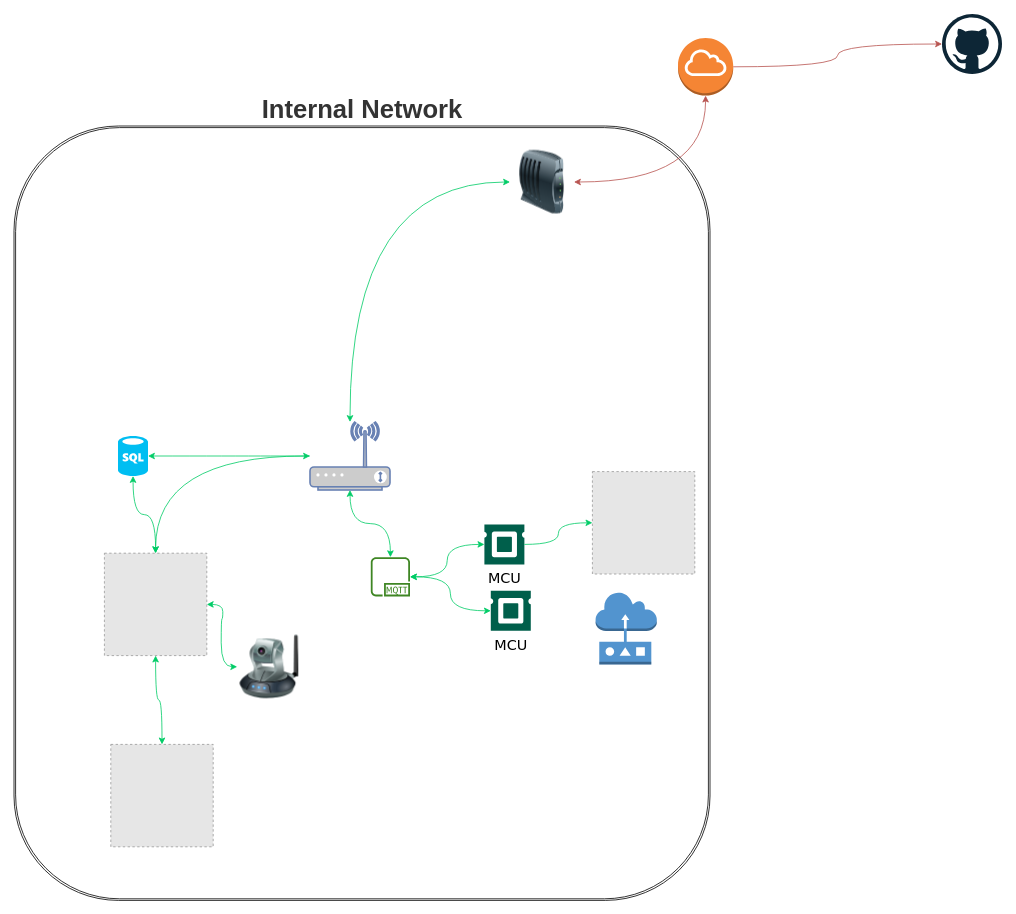
Before: README.assets/FlowChart.drawio in umsSubProject/IoT, a draw.io diagram. Source tidied: cells renumbered, new cells numbered last; positions are measured from the earlier drawing's top-left corner, leaving out a move shared by most shapes. Both pictures are drawn from the tidied source at 80%, with x=0, y=0 at pixel (14, 14). Pictures stored in the file or linked from it are replaced by grey dashed boxes.
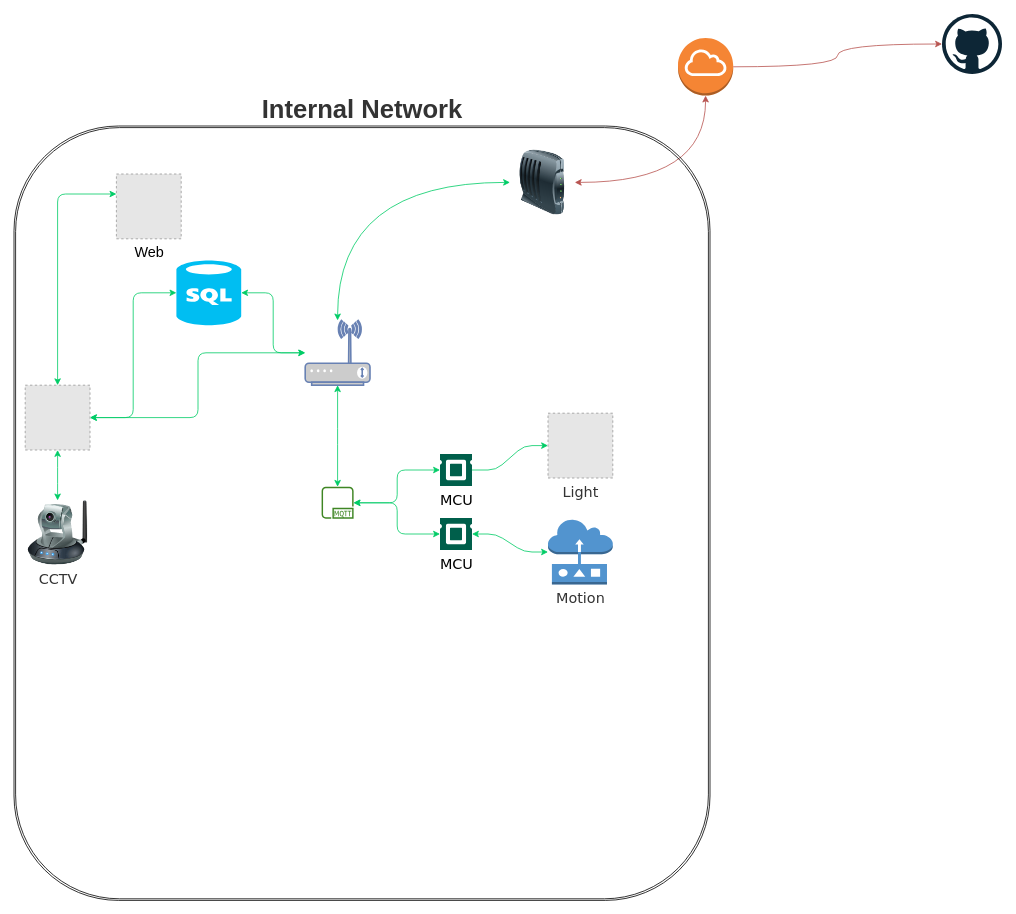
Above is the later version.

Commit message:
update internal flow

What changed in the source:
```diff
@@
-    <mxCell id="2" value="Internal Network" style="shape=ext;double=1;rounded=1;gradientDirection=radial;shadow=0;glass=0;fillColor=none;verticalAlign=bottom;fontSize=32;fontStyle=1;horizontal=1;labelPosition=center;verticalLabelPosition=top;align=center;labelBackgroundColor=none;labelBorderColor=none;html=1;spacingTop=0;fontColor=#333333;" parent="1" vertex="1">
-      <mxGeometry y="140" width="870" height="968" as="geometry" />
-    </mxCell>
+    <mxCell id="14" value="Web" style="fillColor=#E6E6E6;strokeColor=#999999;dashed=1;html=1;verticalAlign=top;verticalLabelPosition=bottom;labelBackgroundColor=none;fontSize=18;" parent="1" vertex="1">
+      <mxGeometry x="128" y="200" width="81" height="81" as="geometry" />
+    </mxCell>
-    <mxCell id="3" style="edgeStyle=orthogonalEdgeStyle;rounded=1;jettySize=auto;html=1;curved=1;startArrow=classic;startFill=1;strokeColor=#00CC66;" parent="1" edge="1" source="5" target="12">
+    <mxCell id="3" style="edgeStyle=elbowEdgeStyle;rounded=1;jettySize=auto;html=1;startArrow=classic;startFill=1;strokeColor=#00CC66;" parent="1" edge="1" source="5" target="12">
       <mxGeometry relative="1" as="geometry" />
     </mxCell>
-    <mxCell id="4" style="edgeStyle=orthogonalEdgeStyle;curved=1;rounded=1;jettySize=auto;html=1;fontSize=18;startArrow=none;startFill=0;strokeColor=#00CC66;elbow=vertical;" parent="1" edge="1" source="5" target="15">
-      <mxGeometry relative="1" as="geometry" />
-    </mxCell>
     <mxCell id="5" style="fontColor=#0066CC;verticalAlign=top;verticalLabelPosition=bottom;labelPosition=center;align=center;html=1;outlineConnect=0;fillColor=#CCCCCC;strokeColor=#6881B3;gradientColor=none;gradientDirection=north;strokeWidth=2;shape=mxgraph.networks.wireless_modem;rounded=1;" parent="1" vertex="1">
-      <mxGeometry x="370" y="510" width="100" height="85" as="geometry" />
+      <mxGeometry x="364" y="383" width="81" height="81" as="geometry" />
     </mxCell>
-    <mxCell id="6" style="edgeStyle=orthogonalEdgeStyle;rounded=1;jettySize=auto;html=1;elbow=vertical;fillColor=#f8cecc;strokeColor=#b85450;curved=1;startArrow=classic;startFill=1;" parent="1" edge="1" source="8" target="10">
-      <mxGeometry relative="1" as="geometry" />
-    </mxCell>
-    <mxCell id="7" style="edgeStyle=orthogonalEdgeStyle;rounded=1;jettySize=auto;html=1;curved=1;startArrow=classic;startFill=1;strokeColor=#00CC66;" parent="1" edge="1" source="8" target="5">
-      <mxGeometry relative="1" as="geometry" />
-    </mxCell>
-    <mxCell id="8" style="image;html=1;image=img/lib/clip_art/networking/Modem_128x128.png;rounded=1;" parent="1" vertex="1">
-      <mxGeometry x="620" y="170" width="80" height="80" as="geometry" />
-    </mxCell>
-    <mxCell id="9" style="edgeStyle=orthogonalEdgeStyle;curved=1;rounded=1;jettySize=auto;html=1;fontSize=11;startArrow=none;startFill=0;elbow=vertical;strokeColor=#b85450;fillColor=#f8cecc;" parent="1" edge="1" source="10" target="16">
-      <mxGeometry relative="1" as="geometry" />
-    </mxCell>
-    <mxCell id="10" style="outlineConnect=0;dashed=0;verticalLabelPosition=bottom;verticalAlign=top;align=center;html=1;shape=mxgraph.aws3.internet_gateway;fillColor=#F58534;gradientColor=none;rounded=1;" parent="1" vertex="1">
-      <mxGeometry x="830" y="30" width="69" height="72" as="geometry" />
-    </mxCell>
-    <mxCell id="11" style="edgeStyle=orthogonalEdgeStyle;rounded=1;jettySize=auto;html=1;fontFamily=Verdana;fontSize=32;fontColor=#333333;startArrow=classic;startFill=1;endArrow=classic;endFill=1;strokeColor=#00CC66;elbow=vertical;curved=1;" parent="1" edge="1" source="12" target="15">
-      <mxGeometry relative="1" as="geometry" />
-    </mxCell>
     <mxCell id="12" style="fillColor=#E6E6E6;strokeColor=#999999;dashed=1;html=1;verticalAlign=top;verticalLabelPosition=bottom;labelBackgroundColor=#ffffff;" parent="1" vertex="1">
-      <mxGeometry x="113" y="674" width="128" height="128" as="geometry" />
+      <mxGeometry x="14" y="464" width="81" height="81" as="geometry" />
     </mxCell>
-    <mxCell id="13" style="edgeStyle=orthogonalEdgeStyle;curved=1;rounded=1;jettySize=auto;html=1;fontSize=18;startArrow=classic;startFill=1;strokeColor=#00CC66;elbow=vertical;" parent="1" edge="1" source="14" target="12">
-      <mxGeometry relative="1" as="geometry" />
+    <mxCell id="13" style="edgeStyle=elbowEdgeStyle;rounded=1;jettySize=auto;html=1;fontSize=18;startArrow=classic;startFill=1;strokeColor=#00CC66;elbow=vertical;" parent="1" edge="1" source="14" target="12">
+      <mxGeometry relative="1" as="geometry">
+        <Array as="points">
+          <mxPoint x="118" y="225" />
+        </Array>
+      </mxGeometry>
     </mxCell>
-    <mxCell id="14" style="fillColor=#E6E6E6;strokeColor=#999999;dashed=1;html=1;verticalAlign=top;verticalLabelPosition=bottom;labelBackgroundColor=#ffffff;fontSize=18;" parent="1" vertex="1">
-      <mxGeometry x="121" y="913" width="128" height="128" as="geometry" />
-    </mxCell>
+    <mxCell id="28" style="edgeStyle=elbowEdgeStyle;rounded=1;jettySize=auto;html=1;fontFamily=Verdana;fontSize=18;fontColor=#333333;startArrow=classic;startFill=1;endArrow=classic;endFill=1;strokeColor=#00CC66;" parent="1" edge="1" source="15" target="12">
+      <mxGeometry relative="1" as="geometry" />
+    </mxCell>
+    <mxCell id="29" style="edgeStyle=elbowEdgeStyle;rounded=1;jettySize=auto;html=1;fontFamily=Verdana;fontSize=18;fontColor=#333333;startArrow=classic;startFill=1;endArrow=classic;endFill=1;strokeColor=#00CC66;" parent="1" edge="1" source="15" target="5">
+      <mxGeometry relative="1" as="geometry" />
+    </mxCell>
     <mxCell id="15" style="verticalLabelPosition=bottom;html=1;verticalAlign=top;align=center;strokeColor=none;fillColor=#00BEF2;shape=mxgraph.azure.sql_database;shadow=0;glass=0;labelBackgroundColor=none;labelBorderColor=default;fontSize=18;rounded=1;" parent="1" vertex="1">
-      <mxGeometry x="130" y="527.5" width="37.5" height="50" as="geometry" />
+      <mxGeometry x="203" y="308" width="81" height="81" as="geometry" />
     </mxCell>
-    <mxCell id="16" style="dashed=0;outlineConnect=0;html=1;align=center;labelPosition=center;verticalLabelPosition=bottom;verticalAlign=top;shape=mxgraph.weblogos.github;shadow=0;glass=0;labelBackgroundColor=none;labelBorderColor=default;fontSize=18;strokeWidth=1;fillColor=none;gradientColor=#00FFFF;gradientDirection=radial;rounded=1;" parent="1" vertex="1">
-      <mxGeometry x="1160" width="75" height="75" as="geometry" />
-    </mxCell>
-    <mxCell id="17" style="edgeStyle=orthogonalEdgeStyle;curved=1;rounded=1;jettySize=auto;html=1;fontFamily=Verdana;fontSize=32;fontColor=#333333;startArrow=classic;startFill=1;endArrow=classic;endFill=1;strokeColor=#00CC66;elbow=vertical;" parent="1" edge="1" source="18" target="27">
+    <mxCell id="17" style="edgeStyle=elbowEdgeStyle;rounded=1;jettySize=auto;html=1;fontFamily=Verdana;fontSize=32;fontColor=#333333;startArrow=classic;startFill=1;endArrow=classic;endFill=1;strokeColor=#00CC66;" parent="1" edge="1" source="18" target="27">
       <mxGeometry relative="1" as="geometry" />
     </mxCell>
-    <mxCell id="18" value="MCU" style="shadow=0;dashed=0;html=1;strokeColor=none;fillColor=#005F4B;labelPosition=center;verticalLabelPosition=bottom;verticalAlign=top;align=center;outlineConnect=0;shape=mxgraph.veeam2.cpu;glass=0;labelBackgroundColor=none;labelBorderColor=none;fontSize=18;fontFamily=Verdana;rounded=1;" parent="1" vertex="1">
-      <mxGeometry x="588" y="638" width="50" height="50" as="geometry" />
+    <mxCell id="18" value="MCU" style="shadow=0;dashed=0;html=1;strokeColor=none;fillColor=#005F4B;labelPosition=center;verticalLabelPosition=bottom;verticalAlign=top;align=center;outlineConnect=0;shape=mxgraph.veeam2.cpu;glass=0;labelBackgroundColor=none;labelBorderColor=none;fontSize=18;fontFamily=Verdana;rounded=1;flipH=0;" parent="1" vertex="1">
+      <mxGeometry x="532.5" y="550" width="40" height="40" as="geometry" />
     </mxCell>
-    <mxCell id="19" style="edgeStyle=orthogonalEdgeStyle;curved=1;rounded=1;jettySize=auto;html=1;fontFamily=Verdana;fontSize=32;fontColor=#333333;startArrow=classic;startFill=1;endArrow=classic;endFill=1;strokeColor=#00CC66;elbow=vertical;" parent="1" edge="1" source="20" target="27">
+    <mxCell id="19" style="edgeStyle=elbowEdgeStyle;rounded=1;jettySize=auto;html=1;fontFamily=Verdana;fontSize=32;fontColor=#333333;startArrow=classic;startFill=1;endArrow=classic;endFill=1;strokeColor=#00CC66;" parent="1" edge="1" source="20" target="27">
       <mxGeometry relative="1" as="geometry" />
     </mxCell>
-    <mxCell id="20" value="MCU" style="shadow=0;dashed=0;html=1;strokeColor=none;fillColor=#005F4B;labelPosition=center;verticalLabelPosition=bottom;verticalAlign=top;align=center;outlineConnect=0;shape=mxgraph.veeam2.cpu;glass=0;labelBackgroundColor=none;labelBorderColor=none;fontSize=18;fontFamily=Verdana;rounded=1;" parent="1" vertex="1">
-      <mxGeometry x="596" y="721" width="50" height="50" as="geometry" />
+    <mxCell id="20" value="MCU" style="shadow=0;dashed=0;html=1;strokeColor=none;fillColor=#005F4B;labelPosition=center;verticalLabelPosition=bottom;verticalAlign=top;align=center;outlineConnect=0;shape=mxgraph.veeam2.cpu;glass=0;labelBackgroundColor=none;labelBorderColor=none;fontSize=18;fontFamily=Verdana;rounded=1;flipH=0;" parent="1" vertex="1">
+      <mxGeometry x="532.5" y="630" width="40" height="40" as="geometry" />
     </mxCell>
-    <mxCell id="21" style="edgeStyle=orthogonalEdgeStyle;curved=1;rounded=1;jettySize=auto;html=1;fontFamily=Verdana;fontSize=32;fontColor=#333333;startArrow=classic;startFill=1;strokeColor=#00CC66;elbow=vertical;endArrow=none;endFill=0;" parent="1" edge="1" source="22" target="18">
+    <mxCell id="21" style="edgeStyle=entityRelationEdgeStyle;rounded=1;jettySize=auto;html=1;fontFamily=Verdana;fontSize=32;fontColor=#333333;startArrow=classic;startFill=1;strokeColor=#00CC66;elbow=vertical;endArrow=none;endFill=0;" parent="1" edge="1" source="22" target="18">
       <mxGeometry relative="1" as="geometry" />
     </mxCell>
-    <mxCell id="22" style="fillColor=#E6E6E6;strokeColor=#999999;dashed=1;html=1;verticalAlign=top;verticalLabelPosition=bottom;labelBackgroundColor=#ffffff;fontFamily=Verdana;fontSize=32;fontColor=#333333;" parent="1" vertex="1">
-      <mxGeometry x="723" y="572" width="128" height="128" as="geometry" />
+    <mxCell id="22" value="Light" style="fillColor=#E6E6E6;strokeColor=#999999;dashed=1;html=1;verticalAlign=top;verticalLabelPosition=bottom;labelBackgroundColor=#ffffff;fontFamily=Verdana;fontSize=18;fontColor=#333333;" parent="1" vertex="1">
+      <mxGeometry x="667.5" y="499" width="81" height="81" as="geometry" />
     </mxCell>
-    <mxCell id="23" style="edgeStyle=orthogonalEdgeStyle;curved=1;rounded=1;jettySize=auto;html=1;fontFamily=Verdana;fontSize=32;fontColor=#333333;startArrow=classic;startFill=1;endArrow=classic;endFill=1;strokeColor=#00CC66;elbow=vertical;" parent="1" edge="1" source="24" target="12">
+    <mxCell id="23" style="edgeStyle=elbowEdgeStyle;rounded=1;jettySize=auto;html=1;fontFamily=Verdana;fontSize=32;fontColor=#333333;startArrow=classic;startFill=1;endArrow=classic;endFill=1;strokeColor=#00CC66;elbow=vertical;" parent="1" edge="1" source="24" target="12">
       <mxGeometry relative="1" as="geometry" />
     </mxCell>
-    <mxCell id="24" style="image;html=1;image=img/lib/clip_art/networking/Ip_Camera_128x128.png;rounded=1;shadow=0;glass=0;dashed=1;labelBackgroundColor=none;labelBorderColor=none;fontFamily=Verdana;fontSize=32;fontColor=#333333;strokeWidth=1;fillColor=none;gradientColor=#00FFFF;gradientDirection=radial;" parent="1" vertex="1">
-      <mxGeometry x="279" y="776" width="80" height="80" as="geometry" />
+    <mxCell id="24" value="CCTV" style="image;html=1;image=img/lib/clip_art/networking/Ip_Camera_128x128.png;rounded=1;shadow=0;glass=0;dashed=1;labelBackgroundColor=none;labelBorderColor=none;fontFamily=Verdana;fontSize=18;fontColor=#333333;strokeWidth=1;fillColor=none;gradientColor=#00FFFF;gradientDirection=radial;flipH=0;flipV=0;" parent="1" vertex="1">
+      <mxGeometry x="14" y="608" width="81" height="81" as="geometry" />
     </mxCell>
+    <mxCell id="30" style="edgeStyle=entityRelationEdgeStyle;rounded=1;jettySize=auto;html=1;fontFamily=Verdana;fontSize=18;fontColor=#333333;startArrow=classic;startFill=1;endArrow=classic;endFill=1;strokeColor=#00CC66;elbow=vertical;" parent="1" edge="1" source="25" target="20">
+      <mxGeometry relative="1" as="geometry" />
+    </mxCell>
-    <mxCell id="25" style="outlineConnect=0;dashed=0;verticalLabelPosition=bottom;verticalAlign=top;align=center;html=1;shape=mxgraph.aws3.sensor;fillColor=#5294CF;gradientColor=none;rounded=1;shadow=0;glass=0;labelBackgroundColor=none;labelBorderColor=none;fontFamily=Verdana;fontSize=32;fontColor=#333333;strokeWidth=1;" parent="1" vertex="1">
-      <mxGeometry x="727" y="723" width="76.5" height="90" as="geometry" />
+    <mxCell id="25" value="Motion" style="outlineConnect=0;dashed=0;verticalLabelPosition=bottom;verticalAlign=top;align=center;html=1;shape=mxgraph.aws3.sensor;fillColor=#5294CF;gradientColor=none;rounded=1;shadow=0;glass=0;labelBackgroundColor=none;labelBorderColor=none;fontFamily=Verdana;fontSize=18;fontColor=#333333;strokeWidth=1;" parent="1" vertex="1">
+      <mxGeometry x="667.5" y="632" width="81" height="81" as="geometry" />
     </mxCell>
-    <mxCell id="26" style="edgeStyle=orthogonalEdgeStyle;curved=1;rounded=1;jettySize=auto;html=1;fontFamily=Verdana;fontSize=32;fontColor=#333333;startArrow=classic;startFill=1;endArrow=classic;endFill=1;strokeColor=#00CC66;elbow=vertical;" parent="1" edge="1" source="27" target="5">
+    <mxCell id="26" style="rounded=1;jettySize=auto;html=1;fontFamily=Verdana;fontSize=32;fontColor=#333333;startArrow=classic;startFill=1;endArrow=classic;endFill=1;strokeColor=#00CC66;elbow=vertical;edgeStyle=elbowEdgeStyle;" parent="1" edge="1" source="27" target="5">
       <mxGeometry relative="1" as="geometry" />
     </mxCell>
     <mxCell id="27" style="sketch=0;outlineConnect=0;fontColor=#232F3E;gradientColor=none;fillColor=#3F8624;strokeColor=none;dashed=0;verticalLabelPosition=bottom;verticalAlign=top;align=center;html=1;fontSize=12;fontStyle=0;shape=mxgraph.aws4.mqtt_protocol;rounded=1;shadow=0;glass=0;labelBackgroundColor=none;labelBorderColor=none;fontFamily=Verdana;" parent="1" vertex="1">
-      <mxGeometry x="446" y="679" width="49" height="49" as="geometry" />
+      <mxGeometry x="384.5" y="591" width="40" height="40" as="geometry" />
     </mxCell>
+    <mxCell id="7" style="edgeStyle=orthogonalEdgeStyle;rounded=1;jettySize=auto;html=1;curved=1;startArrow=classic;startFill=1;strokeColor=#00CC66;" parent="1" edge="1" source="8" target="5">
+      <mxGeometry relative="1" as="geometry" />
+    </mxCell>
+    <mxCell id="8" style="image;html=1;image=img/lib/clip_art/networking/Modem_128x128.png;rounded=1;" parent="1" vertex="1">
+      <mxGeometry x="620" y="170" width="81" height="81" as="geometry" />
+    </mxCell>
+    <mxCell id="31" parent="0" />
+    <mxCell id="10" style="outlineConnect=0;dashed=0;verticalLabelPosition=bottom;verticalAlign=top;align=center;html=1;shape=mxgraph.aws3.internet_gateway;fillColor=#F58534;gradientColor=none;rounded=1;" parent="31" vertex="1">
+      <mxGeometry x="830" y="30" width="69" height="72" as="geometry" />
+    </mxCell>
+    <mxCell id="6" style="edgeStyle=orthogonalEdgeStyle;rounded=1;jettySize=auto;html=1;elbow=vertical;fillColor=#f8cecc;strokeColor=#b85450;curved=1;startArrow=classic;startFill=1;" parent="31" edge="1" source="8" target="10">
+      <mxGeometry relative="1" as="geometry" />
+    </mxCell>
+    <mxCell id="9" style="edgeStyle=orthogonalEdgeStyle;curved=1;rounded=1;jettySize=auto;html=1;fontSize=11;startArrow=none;startFill=0;elbow=vertical;strokeColor=#b85450;fillColor=#f8cecc;" parent="31" edge="1" source="10" target="16">
+      <mxGeometry relative="1" as="geometry" />
+    </mxCell>
+    <mxCell id="16" style="dashed=0;outlineConnect=0;html=1;align=center;labelPosition=center;verticalLabelPosition=bottom;verticalAlign=top;shape=mxgraph.weblogos.github;shadow=0;glass=0;labelBackgroundColor=none;labelBorderColor=default;fontSize=18;strokeWidth=1;fillColor=none;gradientColor=#00FFFF;gradientDirection=radial;rounded=1;" parent="31" vertex="1">
+      <mxGeometry x="1160" width="75" height="75" as="geometry" />
+    </mxCell>
+    <mxCell id="32" parent="0" />
+    <mxCell id="2" value="Internal Network" style="shape=ext;double=1;rounded=1;gradientDirection=radial;shadow=0;glass=0;fillColor=none;verticalAlign=bottom;fontSize=32;fontStyle=1;horizontal=1;labelPosition=center;verticalLabelPosition=top;align=center;labelBackgroundColor=none;labelBorderColor=none;html=1;spacingTop=0;fontColor=#333333;" parent="32" vertex="1">
+      <mxGeometry y="140" width="870" height="968" as="geometry" />
+    </mxCell>
```
